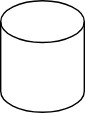
The draw.io diagram pattern/Untitled Diagram.drawio.svg in riduan-risandi/inno_collection_diagram, before a commit. Source tidied: cells renumbered, new cells last; positions are measured from the earlier drawing's top-left corner, leaving out a move shared by most shapes.
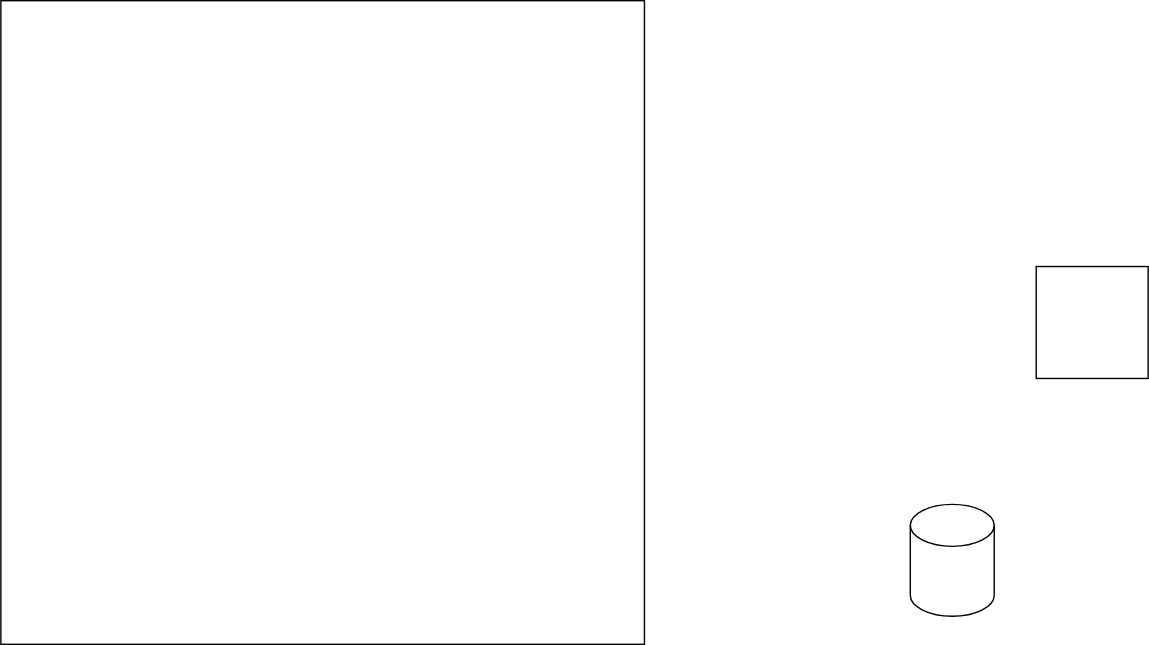
After the change.

Diff of the diagram source:
```diff
@@ -5,5 +5,11 @@
     <mxCell id="2" style="shape=cylinder3;whiteSpace=wrap;html=1;boundedLbl=1;backgroundOutline=1;size=15;" parent="1" vertex="1">
       <mxGeometry width="60" height="80" as="geometry" />
     </mxCell>
+    <mxCell id="3" style="whiteSpace=wrap;html=1;" parent="1" vertex="1">
+      <mxGeometry x="90" y="-170" width="80" height="80" as="geometry" />
+    </mxCell>
+    <mxCell id="4" style="whiteSpace=wrap;html=1;" parent="1" vertex="1">
+      <mxGeometry x="-650" y="-360" width="460" height="460" as="geometry" />
+    </mxCell>
   </root>
 </mxGraphModel>
```
